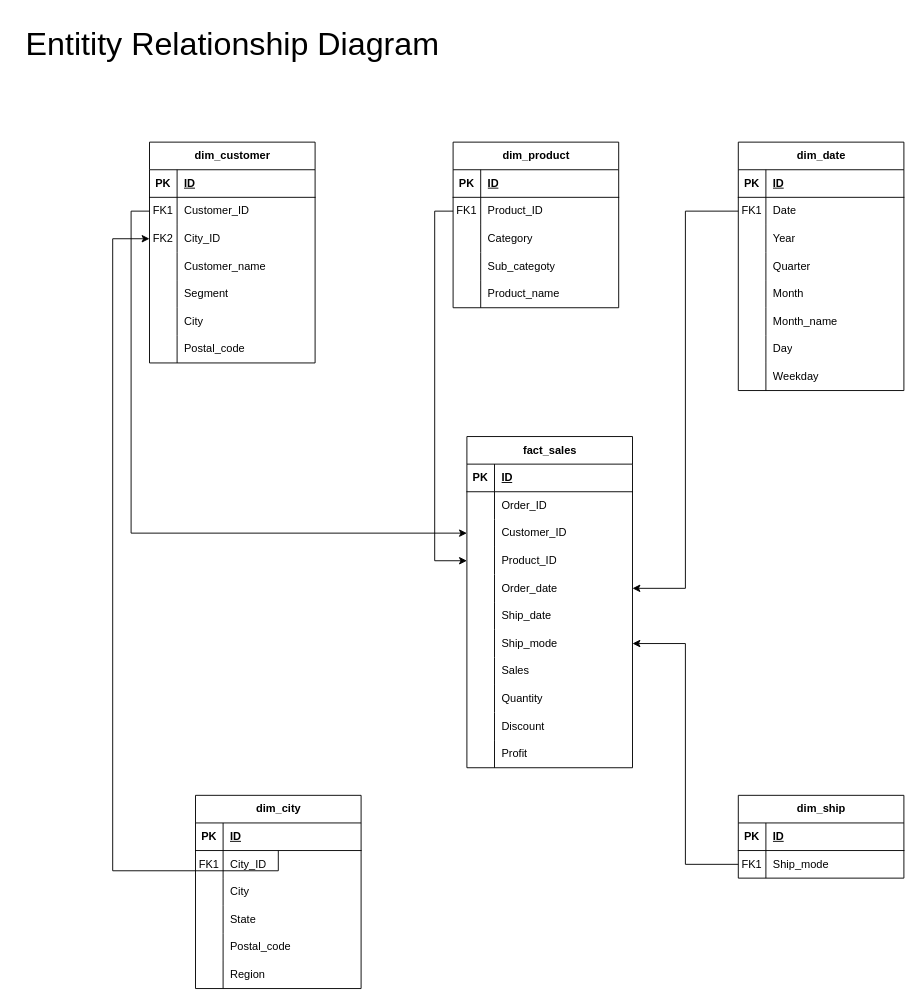
vinicius-silva-ep/wf_challenge keeps this draw.io diagram as assets/diagrams/entity_relationship_diagram.drawio. Above is the earlier version. Source tidied: cells renumbered, new cells numbered last; positions are measured from the earlier drawing's top-left corner, leaving out a move shared by most shapes. Both pictures are drawn from the tidied source at 92%, with x=0, y=0 at pixel (16, 16).
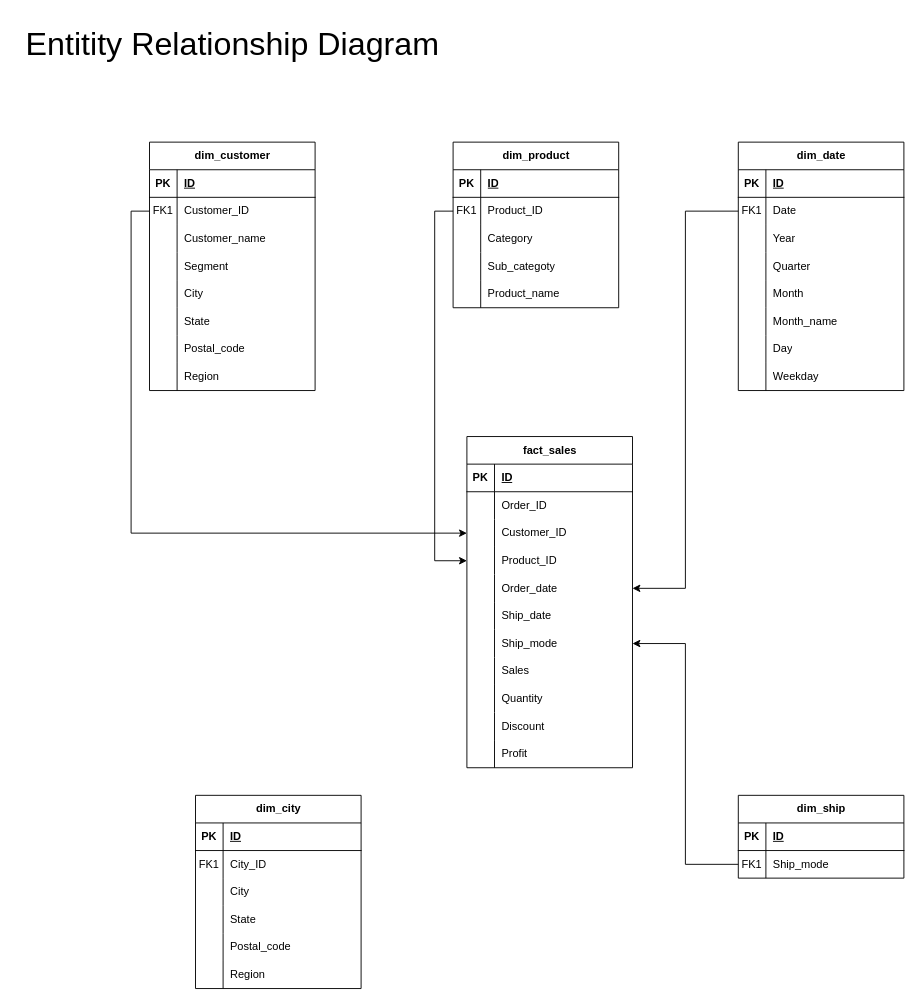
The same page after the edit.

The change refers to these unchanged cells:
```xml
<mxCell id="78" style="shape=tableRow;horizontal=0;startSize=0;swimlaneHead=0;swimlaneBody=0;fillColor=none;points=[[0,0.5],[1,0.5]];portConstraint=eastwest;top=0;left=0;right=0;bottom=1;" parent="77" vertex="1">
  <mxGeometry y="30" width="180" height="30" as="geometry" />
</mxCell>
```

The edit, as a diff of the source:
```diff
@@
     <mxCell id="96" value="dim_customer" style="shape=table;startSize=30;childLayout=tableLayout;rowLines=0;fontStyle=1;align=center;html=1;" parent="1" vertex="1">
-      <mxGeometry x="145" y="137" width="180" height="240" as="geometry" />
+      <mxGeometry x="145" y="137" width="180" height="270" as="geometry" />
     </mxCell>
@@
-    <mxCell id="103" style="shape=tableRow;horizontal=0;startSize=0;swimlaneHead=0;swimlaneBody=0;fillColor=none;points=[[0,0.5],[1,0.5]];portConstraint=eastwest;top=0;left=0;right=0;bottom=0;" parent="96" vertex="1">
-      <mxGeometry y="90" width="180" height="30" as="geometry" />
-    </mxCell>
-    <mxCell id="104" value="FK2" style="shape=partialRectangle;fillColor=none;top=0;left=0;bottom=0;right=0;overflow=hidden;whiteSpace=wrap;html=1;" parent="103" vertex="1">
-      <mxGeometry width="30" height="30" as="geometry" />
-    </mxCell>
-    <mxCell id="105" value="City_ID" style="shape=partialRectangle;fillColor=none;top=0;left=0;bottom=0;right=0;align=left;spacingLeft=6;overflow=hidden;whiteSpace=wrap;html=1;" parent="103" vertex="1">
-      <mxGeometry x="30" width="150" height="30" as="geometry" />
-    </mxCell>
     <mxCell id="106" style="shape=tableRow;horizontal=0;startSize=0;swimlaneHead=0;swimlaneBody=0;fillColor=none;top=0;left=0;right=0;bottom=0;" parent="96" vertex="1">
-      <mxGeometry y="120" width="180" height="30" as="geometry" />
+      <mxGeometry y="90" width="180" height="30" as="geometry" />
     </mxCell>
@@
     <mxCell id="109" style="shape=tableRow;horizontal=0;startSize=0;swimlaneHead=0;swimlaneBody=0;fillColor=none;top=0;left=0;right=0;bottom=0;" parent="96" vertex="1">
-      <mxGeometry y="150" width="180" height="30" as="geometry" />
+      <mxGeometry y="120" width="180" height="30" as="geometry" />
     </mxCell>
@@
     <mxCell id="112" style="shape=tableRow;horizontal=0;startSize=0;swimlaneHead=0;swimlaneBody=0;fillColor=none;top=0;left=0;right=0;bottom=0;" parent="96" vertex="1">
-      <mxGeometry y="180" width="180" height="30" as="geometry" />
+      <mxGeometry y="150" width="180" height="30" as="geometry" />
     </mxCell>
@@
+    <mxCell id="131" style="shape=tableRow;horizontal=0;startSize=0;swimlaneHead=0;swimlaneBody=0;fillColor=none;top=0;left=0;right=0;bottom=0;" parent="96" vertex="1">
+      <mxGeometry y="180" width="180" height="30" as="geometry" />
+    </mxCell>
+    <mxCell id="132" style="shape=partialRectangle;fillColor=none;top=0;left=0;bottom=0;right=0;overflow=hidden;whiteSpace=wrap;html=1;" parent="131" vertex="1">
+      <mxGeometry width="30" height="30" as="geometry" />
+    </mxCell>
+    <mxCell id="133" value="State" style="shape=partialRectangle;fillColor=none;top=0;left=0;bottom=0;right=0;align=left;spacingLeft=6;overflow=hidden;whiteSpace=wrap;html=1;" parent="131" vertex="1">
+      <mxGeometry x="30" width="150" height="30" as="geometry" />
+    </mxCell>
@@
+    <mxCell id="134" style="shape=tableRow;horizontal=0;startSize=0;swimlaneHead=0;swimlaneBody=0;fillColor=none;top=0;left=0;right=0;bottom=0;" parent="96" vertex="1">
+      <mxGeometry y="240" width="180" height="30" as="geometry" />
+    </mxCell>
+    <mxCell id="135" style="shape=partialRectangle;fillColor=none;top=0;left=0;bottom=0;right=0;overflow=hidden;whiteSpace=wrap;html=1;" parent="134" vertex="1">
+      <mxGeometry width="30" height="30" as="geometry" />
+    </mxCell>
+    <mxCell id="136" value="Region" style="shape=partialRectangle;fillColor=none;top=0;left=0;bottom=0;right=0;align=left;spacingLeft=6;overflow=hidden;whiteSpace=wrap;html=1;" parent="134" vertex="1">
+      <mxGeometry x="30" width="150" height="30" as="geometry" />
+    </mxCell>
@@
-    <mxCell id="119" style="edgeStyle=orthogonalEdgeStyle;rounded=0;jettySize=auto;html=1;entryX=0;entryY=0.5;entryDx=0;entryDy=0;" parent="1" edge="1" source="78" target="103">
+    <mxCell id="119" style="edgeStyle=orthogonalEdgeStyle;rounded=0;jettySize=auto;html=1;entryX=0;entryY=0.5;entryDx=0;entryDy=0;" parent="1" edge="1" source="78">
       <mxGeometry relative="1" as="geometry">
         <Array as="points">
           <mxPoint x="105" y="929" />
           <mxPoint x="105" y="242" />
         </Array>
       </mxGeometry>
     </mxCell>
```
